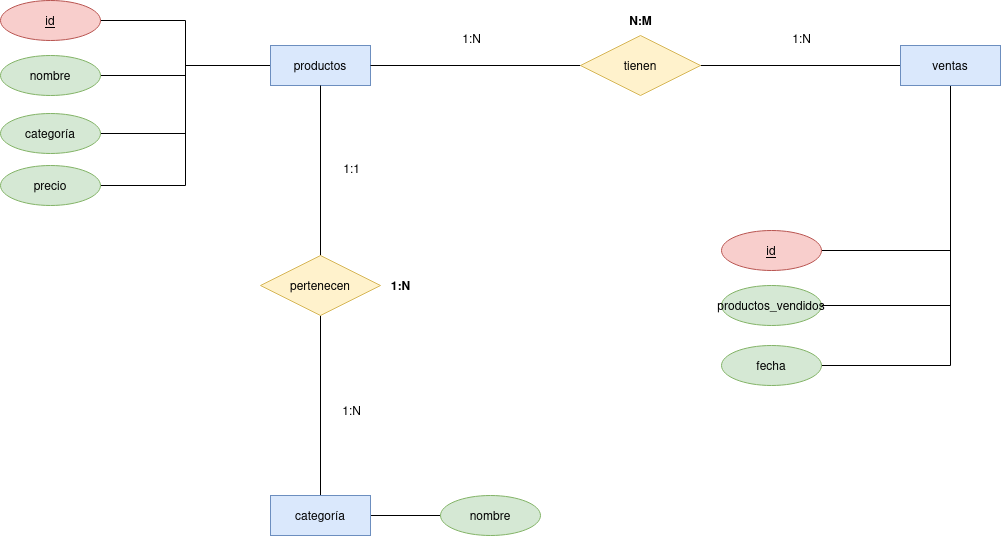
The draw.io diagram sqltarea4/Diagrama ER Tarea 4 SQLite.drawio.png in RafaelMayor/base-datos, before a commit. Source tidied: cells renumbered, new cells last; positions are measured from the earlier drawing's top-left corner, leaving out a move shared by most shapes.
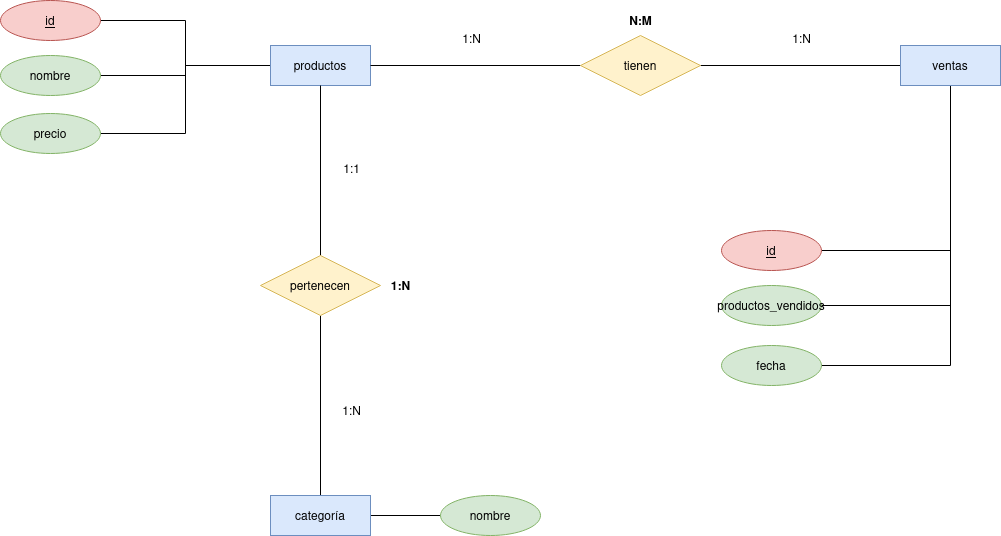
The same diagram one commit later.

The edit, as a diff of the source:
```diff
@@ -8,9 +8,6 @@
     <mxCell id="3" style="edgeStyle=orthogonalEdgeStyle;rounded=0;jettySize=auto;html=1;entryX=1;entryY=0.5;entryDx=0;entryDy=0;endArrow=none;endFill=0;" parent="1" edge="1" source="6" target="29">
       <mxGeometry relative="1" as="geometry" />
     </mxCell>
-    <mxCell id="4" style="edgeStyle=orthogonalEdgeStyle;rounded=0;jettySize=auto;html=1;entryX=1;entryY=0.5;entryDx=0;entryDy=0;endArrow=none;endFill=0;" parent="1" edge="1" source="6" target="28">
-      <mxGeometry relative="1" as="geometry" />
-    </mxCell>
     <mxCell id="5" style="edgeStyle=orthogonalEdgeStyle;rounded=0;jettySize=auto;html=1;entryX=1;entryY=0.5;entryDx=0;entryDy=0;endArrow=none;endFill=0;" parent="1" edge="1" source="6" target="27">
       <mxGeometry relative="1" as="geometry" />
     </mxCell>
@@ -90,11 +87,8 @@
       <mxGeometry x="721" y="285" width="100" height="40" as="geometry" />
     </mxCell>
     <mxCell id="27" value="precio" style="ellipse;whiteSpace=wrap;html=1;align=center;fillColor=#d5e8d4;strokeColor=#82b366;" parent="1" vertex="1">
-      <mxGeometry y="165" width="100" height="40" as="geometry" />
+      <mxGeometry y="113" width="100" height="40" as="geometry" />
     </mxCell>
-    <mxCell id="28" value="categoría" style="ellipse;whiteSpace=wrap;html=1;align=center;fillColor=#d5e8d4;strokeColor=#82b366;" parent="1" vertex="1">
-      <mxGeometry y="113" width="100" height="40" as="geometry" />
-    </mxCell>
     <mxCell id="29" value="nombre" style="ellipse;whiteSpace=wrap;html=1;align=center;fillColor=#d5e8d4;strokeColor=#82b366;" parent="1" vertex="1">
       <mxGeometry y="55" width="100" height="40" as="geometry" />
     </mxCell>
```
